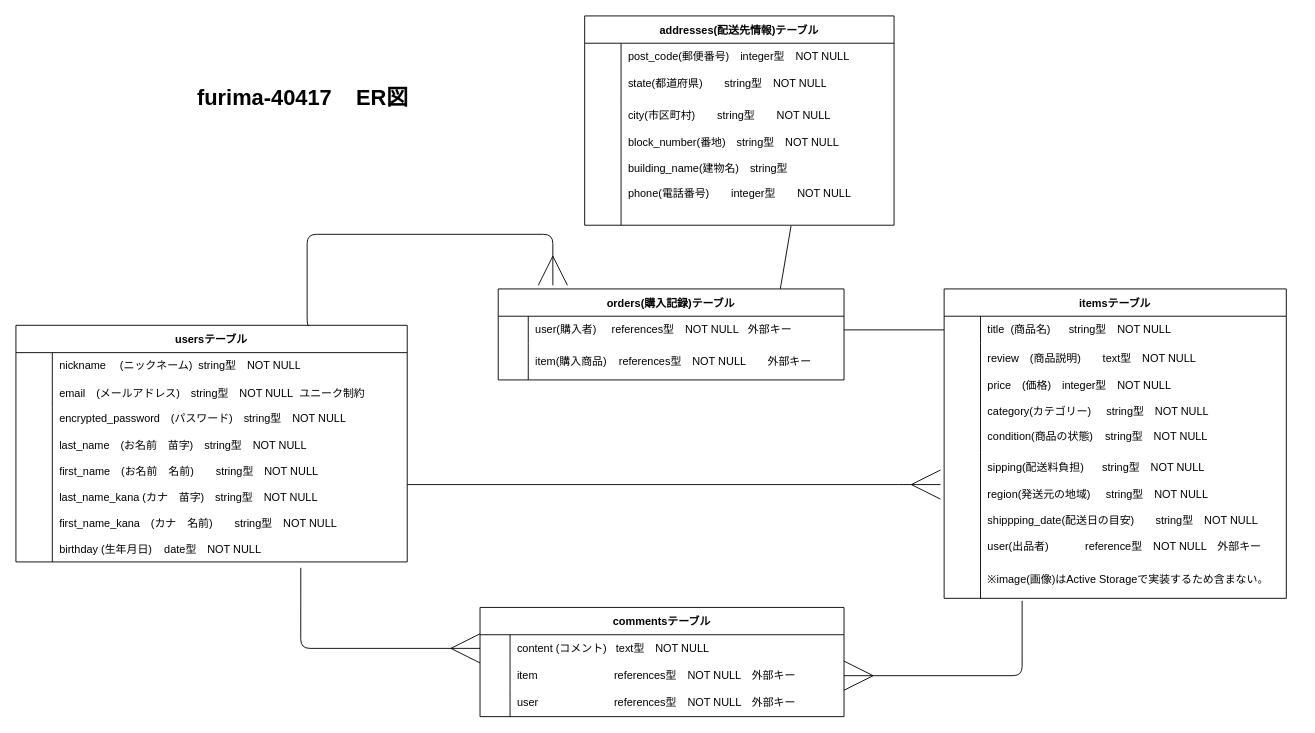
kumipro/furima-40417 keeps this draw.io diagram as app/controllers/saisyuukadai.dio. Above is the earlier version. Source tidied: cells renumbered, new cells numbered last; positions are measured from the earlier drawing's top-left corner, leaving out a move shared by most shapes. Both pictures are drawn from the tidied source at 91%, with x=0, y=0 at pixel (15, 15).
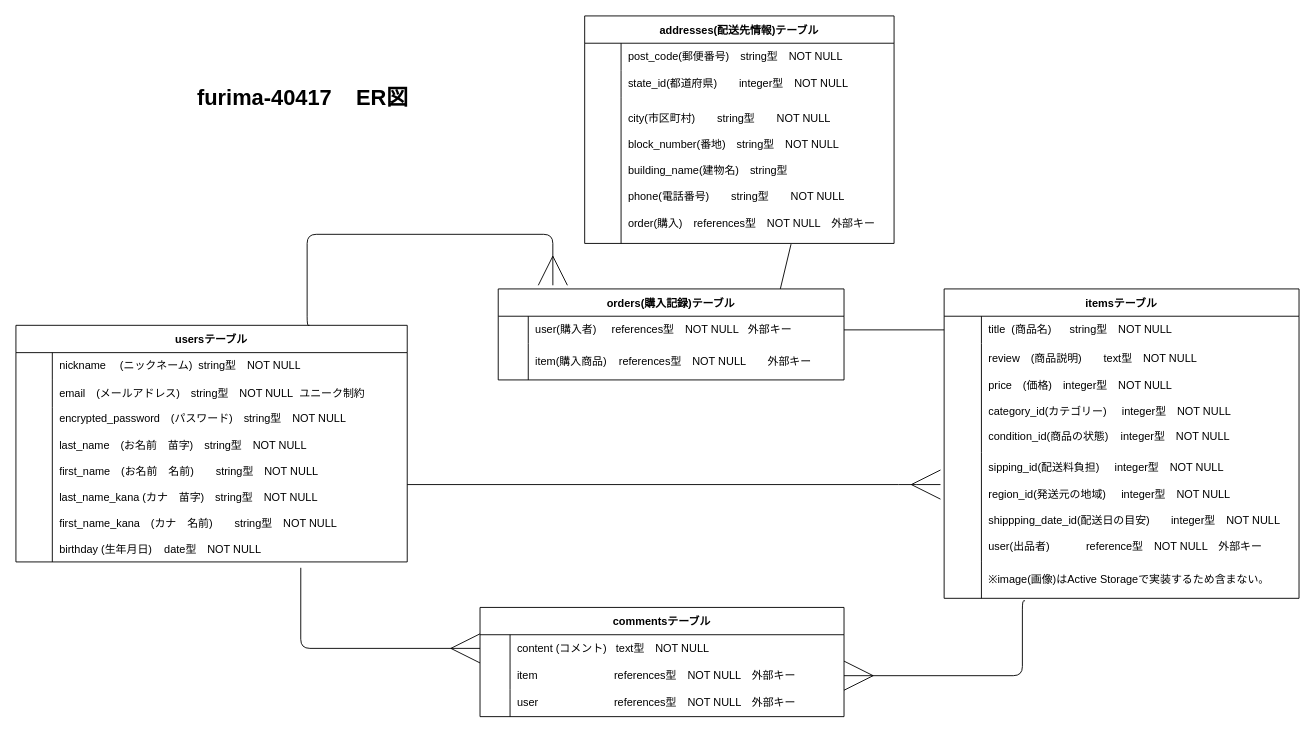
The same diagram, later.

Commit message (it also covers changes not shown here):
ER図　READ ME　再修正

The change refers to these unchanged cells:
```xml
<mxCell id="48" style="shape=tableRow;horizontal=0;startSize=0;swimlaneHead=0;swimlaneBody=0;top=0;left=0;bottom=0;right=0;fillColor=none;strokeColor=default;" parent="47" vertex="1">
  <mxGeometry y="30" width="340" height="30" as="geometry" />
</mxCell>
<mxCell id="51" style="shape=tableRow;horizontal=0;startSize=0;swimlaneHead=0;swimlaneBody=0;top=0;left=0;bottom=0;right=0;fillColor=none;strokeColor=default;" parent="47" vertex="1">
  <mxGeometry y="60" width="340" height="30" as="geometry" />
</mxCell>
```

Change to the diagram source:
```diff
@@
     <mxCell id="14" value="itemsテーブル" style="shape=table;startSize=30;childLayout=tableLayout;rowLines=0;fontStyle=1;" parent="1" vertex="1">
-      <mxGeometry x="1020" y="300" width="376" height="340" as="geometry" />
+      <mxGeometry x="1020" y="300" width="390" height="340" as="geometry" />
     </mxCell>
     <mxCell id="15" style="shape=tableRow;horizontal=0;startSize=0;swimlaneHead=0;swimlaneBody=0;top=0;left=0;bottom=0;right=0;fillColor=none;points=[[0,0.5],[1,0.5]];portConstraint=eastwest;" parent="14" vertex="1">
-      <mxGeometry y="30" width="376" height="30" as="geometry" />
+      <mxGeometry y="30" width="390" height="30" as="geometry" />
     </mxCell>
     <mxCell id="16" style="shape=partialRectangle;html=1;whiteSpace=wrap;fillColor=none;top=0;left=0;bottom=0;right=0;overflow=hidden;" parent="15" vertex="1">
-      <mxGeometry width="40" height="30" as="geometry" />
+      <mxGeometry width="41" height="30" as="geometry" />
     </mxCell>
     <mxCell id="17" value="title&amp;nbsp; (商品名)&amp;nbsp; &amp;nbsp; &amp;nbsp; string型　NOT NULL" style="shape=partialRectangle;html=1;whiteSpace=wrap;fillColor=none;top=0;left=0;bottom=0;right=0;align=left;spacingLeft=6;overflow=hidden;" parent="15" vertex="1">
-      <mxGeometry x="40" width="336" height="30" as="geometry" />
+      <mxGeometry x="41" width="349" height="30" as="geometry" />
     </mxCell>
     <mxCell id="18" style="shape=tableRow;horizontal=0;startSize=0;swimlaneHead=0;swimlaneBody=0;top=0;left=0;bottom=0;right=0;fillColor=none;" parent="14" vertex="1">
-      <mxGeometry y="60" width="376" height="120" as="geometry" />
+      <mxGeometry y="60" width="390" height="120" as="geometry" />
     </mxCell>
     <mxCell id="19" style="shape=partialRectangle;html=1;whiteSpace=wrap;fillColor=none;top=0;left=0;bottom=0;right=0;overflow=hidden;" parent="18" vertex="1">
-      <mxGeometry width="40" height="120" as="geometry" />
+      <mxGeometry width="41" height="120" as="geometry" />
     </mxCell>
-    <mxCell id="20" value="review　(商品説明)　　text型　NOT NULL&lt;br&gt;&lt;br&gt;price　(価格)　integer型　NOT NULL&lt;br&gt;&lt;br&gt;category(カテゴリー)&amp;nbsp; &amp;nbsp; &amp;nbsp;string型　NOT NULL&lt;br&gt;&lt;br&gt;condition(商品の状態)&amp;nbsp; &amp;nbsp; string型　NOT NULL" style="shape=partialRectangle;html=1;whiteSpace=wrap;fillColor=none;top=0;left=0;bottom=0;right=0;align=left;spacingLeft=6;overflow=hidden;" parent="18" vertex="1">
-      <mxGeometry x="40" width="336" height="120" as="geometry" />
+    <mxCell id="20" value="review　(商品説明)　　text型　NOT NULL&lt;br&gt;&lt;br&gt;price　(価格)　integer型　NOT NULL&lt;br&gt;&lt;br&gt;category_id(カテゴリー)&amp;nbsp; &amp;nbsp; &amp;nbsp;integer型　NOT NULL&lt;br&gt;&lt;br&gt;condition_id(商品の状態)&amp;nbsp; &amp;nbsp; integer型　NOT NULL" style="shape=partialRectangle;html=1;whiteSpace=wrap;fillColor=none;top=0;left=0;bottom=0;right=0;align=left;spacingLeft=6;overflow=hidden;" parent="18" vertex="1">
+      <mxGeometry x="41" width="349" height="120" as="geometry" />
     </mxCell>
     <mxCell id="21" style="shape=tableRow;horizontal=0;startSize=0;swimlaneHead=0;swimlaneBody=0;top=0;left=0;bottom=0;right=0;fillColor=none;" parent="14" vertex="1">
-      <mxGeometry y="180" width="376" height="120" as="geometry" />
+      <mxGeometry y="180" width="390" height="120" as="geometry" />
     </mxCell>
     <mxCell id="22" style="shape=partialRectangle;html=1;whiteSpace=wrap;fillColor=none;top=0;left=0;bottom=0;right=0;overflow=hidden;" parent="21" vertex="1">
-      <mxGeometry width="40" height="120" as="geometry" />
+      <mxGeometry width="41" height="120" as="geometry" />
     </mxCell>
-    <mxCell id="23" value="sipping(配送料負担)&amp;nbsp; &amp;nbsp; &amp;nbsp; string型　NOT NULL&lt;br&gt;&lt;br&gt;region(発送元の地域)&amp;nbsp; &amp;nbsp; &amp;nbsp;string型　NOT NULL&lt;br&gt;&lt;br&gt;shippping_date(配送日の目安)&amp;nbsp; &amp;nbsp; &amp;nbsp; &amp;nbsp;string型　NOT NULL&lt;br&gt;&lt;br&gt;user(出品者)&amp;nbsp; &amp;nbsp; &amp;nbsp; &amp;nbsp; &amp;nbsp; &amp;nbsp; reference型　NOT NULL　外部キー" style="shape=partialRectangle;html=1;whiteSpace=wrap;fillColor=none;top=0;left=0;bottom=0;right=0;align=left;spacingLeft=6;overflow=hidden;" parent="21" vertex="1">
-      <mxGeometry x="40" width="336" height="120" as="geometry" />
+    <mxCell id="23" value="sipping_id(配送料負担)&amp;nbsp; &amp;nbsp; &amp;nbsp;integer型　NOT NULL&lt;br&gt;&lt;br&gt;region_id(発送元の地域)&amp;nbsp; &amp;nbsp; &amp;nbsp;integer型　NOT NULL&lt;br&gt;&lt;br&gt;shippping_date_id(配送日の目安)&amp;nbsp; &amp;nbsp; &amp;nbsp; &amp;nbsp;integer型　NOT NULL&lt;br&gt;&lt;br&gt;user(出品者)&amp;nbsp; &amp;nbsp; &amp;nbsp; &amp;nbsp; &amp;nbsp; &amp;nbsp; reference型　NOT NULL　外部キー" style="shape=partialRectangle;html=1;whiteSpace=wrap;fillColor=none;top=0;left=0;bottom=0;right=0;align=left;spacingLeft=6;overflow=hidden;" parent="21" vertex="1">
+      <mxGeometry x="41" width="349" height="120" as="geometry" />
     </mxCell>
     <mxCell id="24" style="shape=tableRow;horizontal=0;startSize=0;swimlaneHead=0;swimlaneBody=0;top=0;left=0;bottom=0;right=0;fillColor=none;points=[[0,0.5],[1,0.5]];portConstraint=eastwest;" parent="14" vertex="1">
-      <mxGeometry y="300" width="376" height="40" as="geometry" />
+      <mxGeometry y="300" width="390" height="40" as="geometry" />
     </mxCell>
     <mxCell id="25" style="shape=partialRectangle;html=1;whiteSpace=wrap;fillColor=none;top=0;left=0;bottom=0;right=0;overflow=hidden;" parent="24" vertex="1">
-      <mxGeometry width="40" height="40" as="geometry" />
+      <mxGeometry width="41" height="40" as="geometry" />
     </mxCell>
     <mxCell id="26" value="※image(画像)はActive Storageで実装するため含まない。&amp;nbsp;&amp;nbsp;" style="shape=partialRectangle;html=1;whiteSpace=wrap;fillColor=none;top=0;left=0;bottom=0;right=0;align=left;spacingLeft=6;overflow=hidden;" parent="24" vertex="1">
-      <mxGeometry x="40" width="336" height="40" as="geometry" />
+      <mxGeometry x="41" width="349" height="40" as="geometry" />
     </mxCell>
@@
     <mxCell id="47" value="addresses(配送先情報)テーブル" style="shape=table;startSize=30;childLayout=tableLayout;rowLines=0;fontStyle=1;strokeColor=default;" parent="1" vertex="1">
-      <mxGeometry x="625" width="340" height="230" as="geometry" />
+      <mxGeometry x="625" width="340" height="250" as="geometry" />
     </mxCell>
@@
-    <mxCell id="50" value="post_code(郵便番号)　integer型　NOT NULL" style="shape=partialRectangle;html=1;whiteSpace=wrap;fillColor=none;top=0;left=0;bottom=0;right=0;align=left;spacingLeft=6;overflow=hidden;strokeColor=default;" parent="48" vertex="1">
+    <mxCell id="50" value="post_code(郵便番号)　string型　NOT NULL" style="shape=partialRectangle;html=1;whiteSpace=wrap;fillColor=none;top=0;left=0;bottom=0;right=0;align=left;spacingLeft=6;overflow=hidden;strokeColor=default;" parent="48" vertex="1">
       <mxGeometry x="40" width="300" height="30" as="geometry" />
     </mxCell>
@@
-    <mxCell id="53" value="state(都道府県)　　string型　NOT NULL" style="shape=partialRectangle;html=1;whiteSpace=wrap;fillColor=none;top=0;left=0;bottom=0;right=0;align=left;spacingLeft=6;overflow=hidden;strokeColor=default;" parent="51" vertex="1">
+    <mxCell id="53" value="state_id(都道府県)　　integer型　NOT NULL" style="shape=partialRectangle;html=1;whiteSpace=wrap;fillColor=none;top=0;left=0;bottom=0;right=0;align=left;spacingLeft=6;overflow=hidden;strokeColor=default;" parent="51" vertex="1">
       <mxGeometry x="40" width="300" height="30" as="geometry" />
     </mxCell>
     <mxCell id="54" style="shape=tableRow;horizontal=0;startSize=0;swimlaneHead=0;swimlaneBody=0;top=0;left=0;bottom=0;right=0;fillColor=none;points=[[0,0.5],[1,0.5]];portConstraint=eastwest;strokeColor=default;" parent="47" vertex="1">
-      <mxGeometry y="90" width="340" height="140" as="geometry" />
+      <mxGeometry y="90" width="340" height="160" as="geometry" />
     </mxCell>
     <mxCell id="55" style="shape=partialRectangle;html=1;whiteSpace=wrap;fillColor=none;top=0;left=0;bottom=0;right=0;overflow=hidden;strokeColor=default;" parent="54" vertex="1">
-      <mxGeometry width="40" height="140" as="geometry" />
+      <mxGeometry width="40" height="160" as="geometry" />
     </mxCell>
-    <mxCell id="56" value="city(市区町村)　　string型　　NOT NULL&lt;br&gt;&lt;br&gt;block_number(番地)　string型　NOT NULL&lt;br&gt;&lt;br&gt;building_name(建物名)　string型&lt;br&gt;&lt;br&gt;phone(電話番号)　　integer型　　NOT NULL&lt;br&gt;&lt;br&gt;" style="shape=partialRectangle;html=1;whiteSpace=wrap;fillColor=none;top=0;left=0;bottom=0;right=0;align=left;spacingLeft=6;overflow=hidden;strokeColor=default;" parent="54" vertex="1">
-      <mxGeometry x="40" width="300" height="140" as="geometry" />
+    <mxCell id="56" value="city(市区町村)　　string型　　NOT NULL&lt;br&gt;&lt;br&gt;block_number(番地)　string型　NOT NULL&lt;br&gt;&lt;br&gt;building_name(建物名)　string型&lt;br&gt;&lt;br&gt;phone(電話番号)　　string型　　NOT NULL&lt;br&gt;&lt;br&gt;order(購入)　references型　NOT NULL　外部キー" style="shape=partialRectangle;html=1;whiteSpace=wrap;fillColor=none;top=0;left=0;bottom=0;right=0;align=left;spacingLeft=6;overflow=hidden;strokeColor=default;" parent="54" vertex="1">
+      <mxGeometry x="40" width="300" height="160" as="geometry" />
     </mxCell>
```
